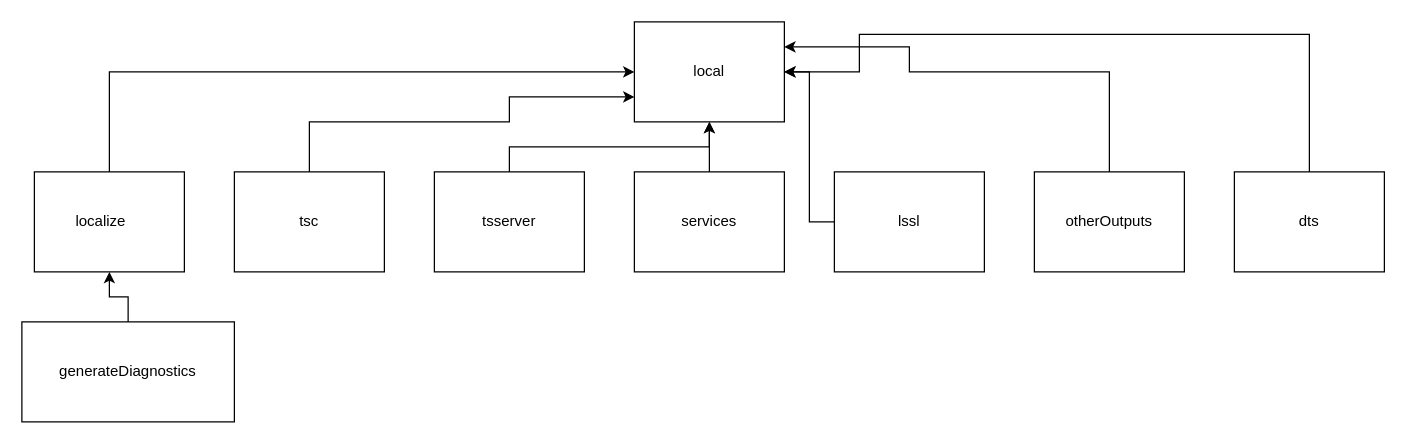
This is understanding_typescript.drawio from appsparkler/draw.io, a draw.io file, before an edit. Source tidied: cells renumbered, new cells numbered last; positions are measured from the earlier drawing's top-left corner, leaving out a move shared by most shapes. Both pictures are drawn from the tidied source at 125%, with x=0, y=0 at pixel (21, 21).
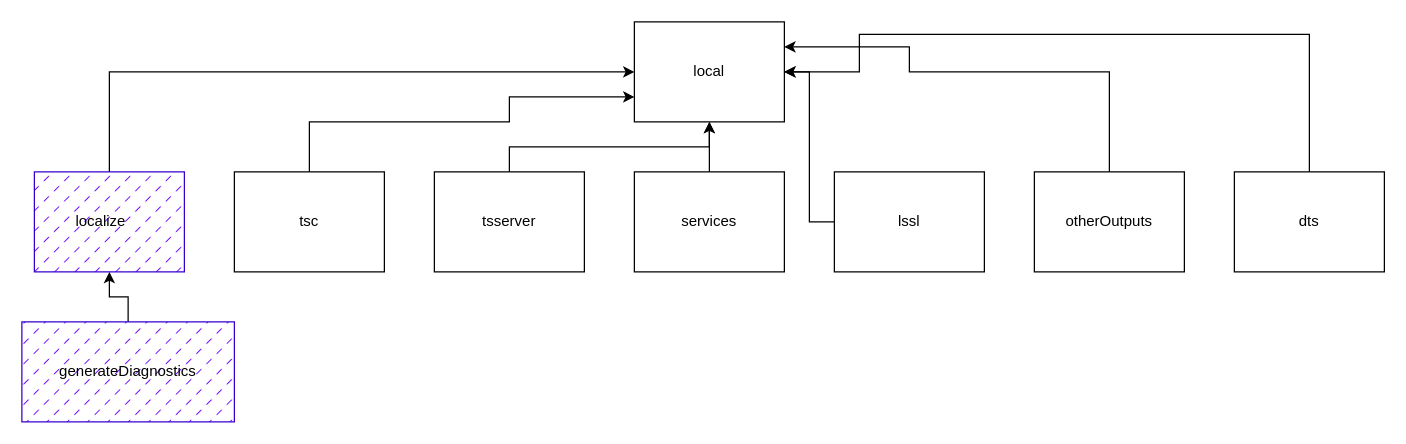
Above is the later version.

The edit, as a diff of the source:
```diff
@@
-    <mxCell id="3" value="localize&lt;span style=&quot;white-space: pre;&quot;&gt;&#9;&lt;/span&gt;" style="rounded=0;whiteSpace=wrap;html=1;" parent="1" vertex="1">
+    <mxCell id="3" value="localize&lt;span style=&quot;white-space: pre;&quot;&gt;&#9;&lt;/span&gt;" style="rounded=0;whiteSpace=wrap;html=1;fillColor=#6a00ff;strokeColor=#3700CC;fillStyle=dashed;fontColor=#000000;" parent="1" vertex="1">
       <mxGeometry x="10" y="120" width="120" height="80" as="geometry" />
     </mxCell>
@@
-    <mxCell id="18" value="generateDiagnostics" style="rounded=0;whiteSpace=wrap;html=1;" parent="1" vertex="1">
+    <mxCell id="18" value="generateDiagnostics" style="rounded=0;whiteSpace=wrap;html=1;fillColor=#6a00ff;strokeColor=#3700CC;fillStyle=dashed;fontColor=#000000;" parent="1" vertex="1">
       <mxGeometry y="240" width="170" height="80" as="geometry" />
     </mxCell>
```
